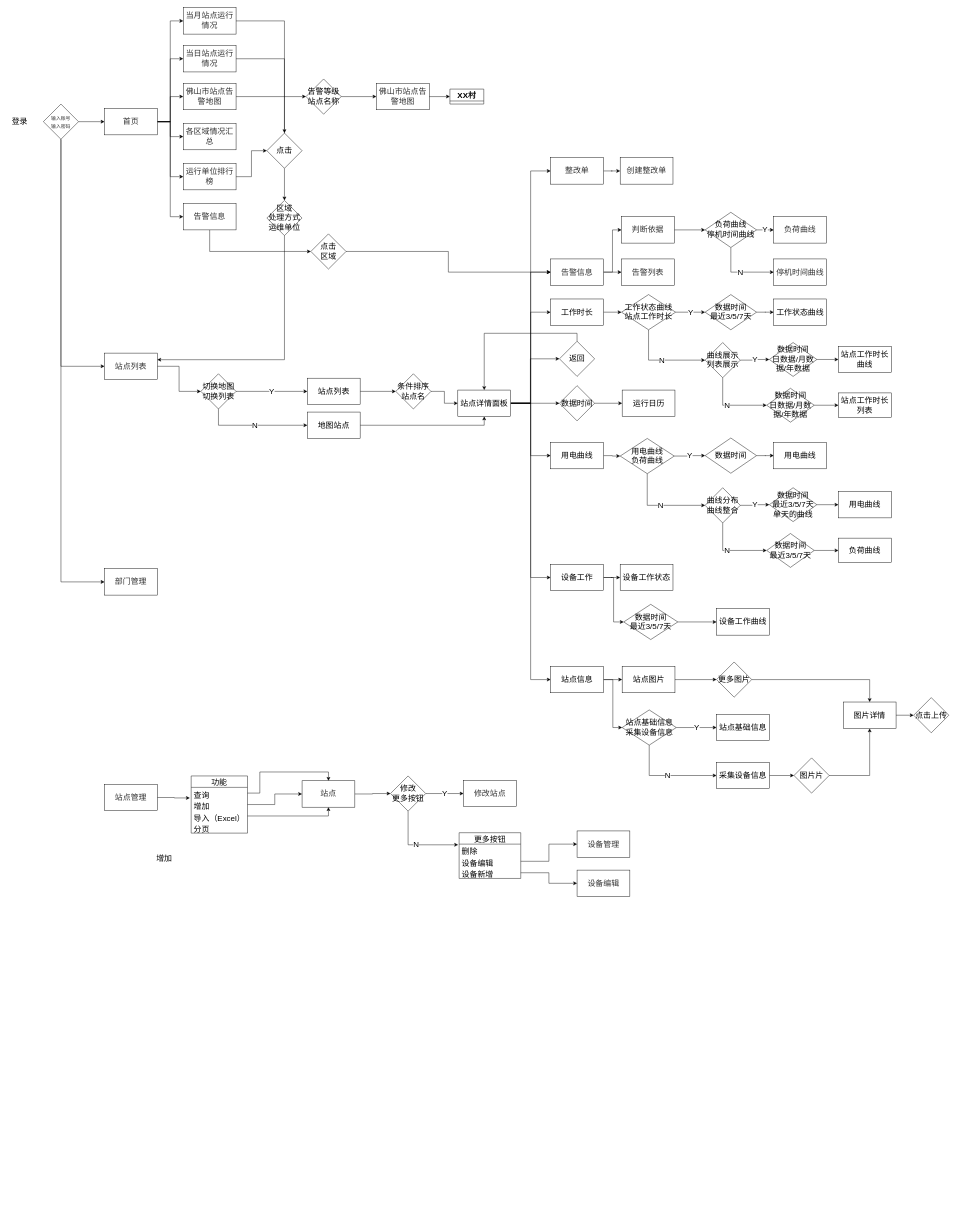
Above: 未命名绘图.drawio in Lihua-neko/QASystemOnMedicalKG (draw.io), before the change. Source tidied: cells renumbered, new cells numbered last; positions are measured from the earlier drawing's top-left corner, leaving out a move shared by most shapes. Both pictures are drawn from the tidied source at 44%, with x=0, y=0 at pixel (7, 7).
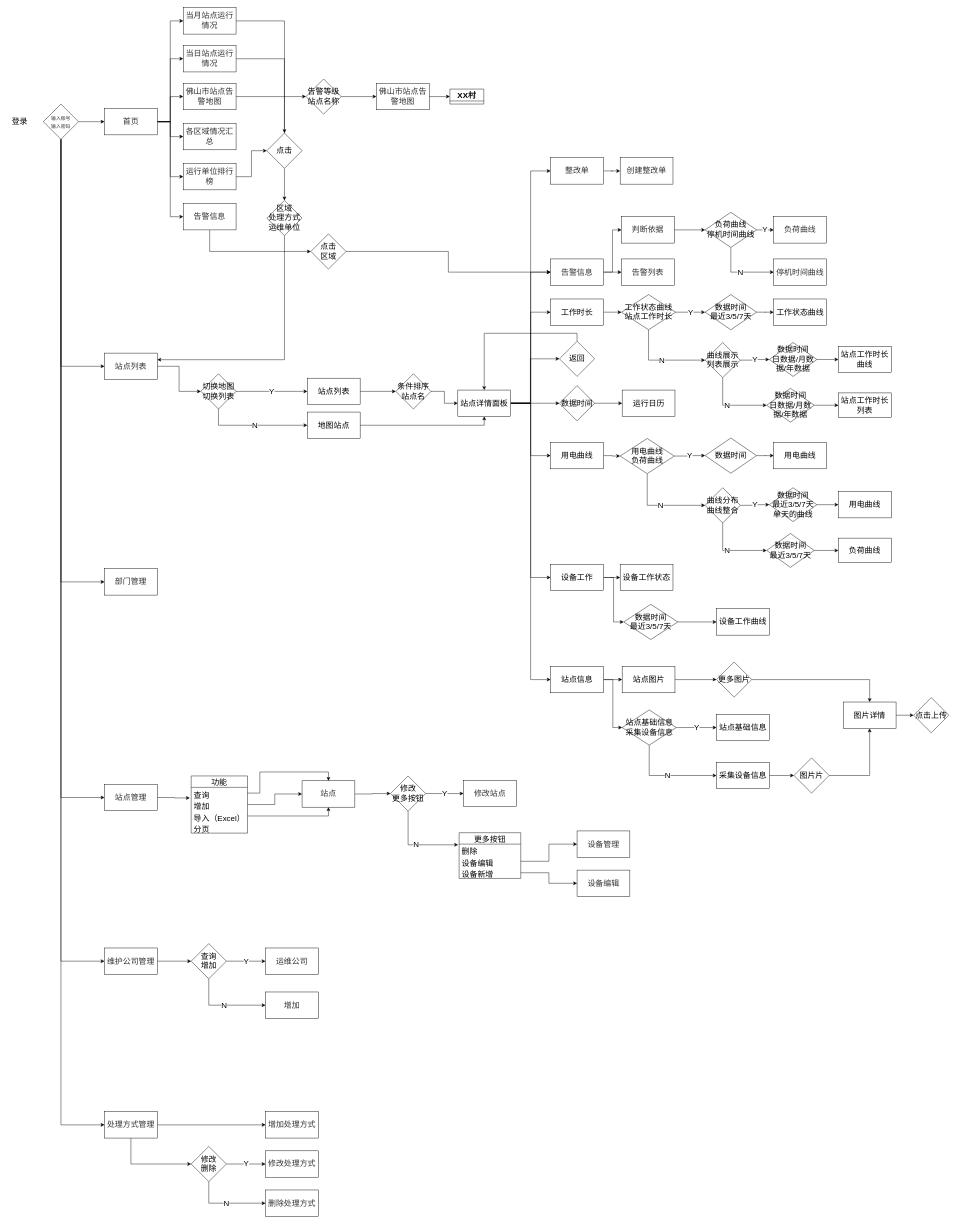
The same page after the edit.

Commit message:
更新未命名绘图.drawio

The change refers to these unchanged cells:
```xml
<mxCell id="13" value="&lt;font face=&quot;Arial&quot; color=&quot;#323232&quot;&gt;&lt;span style=&quot;font-size: 11px; background-color: rgba(255, 255, 255, 0.01);&quot;&gt;输入账号&lt;br&gt;输入密码&lt;br&gt;&lt;/span&gt;&lt;/font&gt;" style="rhombus;whiteSpace=wrap;html=1;fontSize=14;" parent="1" vertex="1">
  <mxGeometry x="81" y="219" width="80" height="80" as="geometry" />
</mxCell>
<mxCell id="138" value="&lt;span style=&quot;color: rgb(50, 50, 50); font-size: 18px; background-color: rgba(255, 255, 255, 0.01);&quot;&gt;站点管理&lt;/span&gt;" style="rounded=0;whiteSpace=wrap;html=1;fontSize=14;" parent="1" vertex="1">
  <mxGeometry x="220" y="1765" width="120" height="60" as="geometry" />
</mxCell>
```

Change to the diagram source:
```diff
@@
+    <mxCell id="162" style="edgeStyle=orthogonalEdgeStyle;rounded=0;jettySize=auto;html=1;entryX=0;entryY=0.5;entryDx=0;entryDy=0;fontFamily=Helvetica;fontSize=18;" parent="1" edge="1" source="13" target="138">
+      <mxGeometry relative="1" as="geometry">
+        <Array as="points">
+          <mxPoint x="121" y="1795" />
+        </Array>
+      </mxGeometry>
+    </mxCell>
+    <mxCell id="163" style="edgeStyle=orthogonalEdgeStyle;rounded=0;jettySize=auto;html=1;entryX=0;entryY=0.5;entryDx=0;entryDy=0;fontFamily=Helvetica;fontSize=18;" parent="1" edge="1" source="13" target="166">
+      <mxGeometry relative="1" as="geometry">
+        <Array as="points">
+          <mxPoint x="121" y="2167" />
+        </Array>
+      </mxGeometry>
+    </mxCell>
+    <mxCell id="164" style="edgeStyle=orthogonalEdgeStyle;rounded=0;jettySize=auto;html=1;entryX=0;entryY=0.5;entryDx=0;entryDy=0;fontFamily=Helvetica;fontSize=18;" parent="1" edge="1" source="13" target="173">
+      <mxGeometry relative="1" as="geometry">
+        <Array as="points">
+          <mxPoint x="121" y="2539" />
+        </Array>
+      </mxGeometry>
+    </mxCell>
@@
-    <mxCell id="144" value="增加" style="text;strokeColor=none;fillColor=none;align=left;verticalAlign=top;spacingLeft=4;spacingRight=4;overflow=hidden;points=[[0,0.5],[1,0.5]];portConstraint=eastwest;fontFamily=Helvetica;fontSize=18;" parent="1" vertex="1">
-      <mxGeometry x="332" y="1915" width="140" height="26" as="geometry" />
-    </mxCell>
@@
+    <mxCell id="165" style="edgeStyle=orthogonalEdgeStyle;rounded=0;jettySize=auto;html=1;entryX=0;entryY=0.5;entryDx=0;entryDy=0;fontFamily=Helvetica;fontSize=18;" parent="1" edge="1" source="166" target="169">
+      <mxGeometry relative="1" as="geometry" />
+    </mxCell>
+    <mxCell id="166" value="&lt;span style=&quot;color: rgb(50, 50, 50); font-size: 18px; background-color: rgba(255, 255, 255, 0.01);&quot;&gt;维护公司管理&lt;/span&gt;" style="rounded=0;whiteSpace=wrap;html=1;fontSize=14;" parent="1" vertex="1">
+      <mxGeometry x="220" y="2137" width="120" height="60" as="geometry" />
+    </mxCell>
+    <mxCell id="167" value="Y" style="edgeStyle=orthogonalEdgeStyle;rounded=0;jettySize=auto;html=1;entryX=0;entryY=0.5;entryDx=0;entryDy=0;fontFamily=Helvetica;fontSize=18;" parent="1" edge="1" source="169" target="170">
+      <mxGeometry relative="1" as="geometry" />
+    </mxCell>
+    <mxCell id="168" value="N" style="edgeStyle=orthogonalEdgeStyle;rounded=0;jettySize=auto;html=1;entryX=0;entryY=0.5;entryDx=0;entryDy=0;fontFamily=Helvetica;fontSize=18;" parent="1" edge="1" source="169" target="144">
+      <mxGeometry relative="1" as="geometry">
+        <Array as="points">
+          <mxPoint x="457" y="2267" />
+        </Array>
+      </mxGeometry>
+    </mxCell>
+    <mxCell id="169" value="查询&lt;br&gt;增加" style="rhombus;whiteSpace=wrap;html=1;fontFamily=Helvetica;fontSize=18;" parent="1" vertex="1">
+      <mxGeometry x="417" y="2127" width="80" height="80" as="geometry" />
+    </mxCell>
+    <mxCell id="170" value="&lt;font color=&quot;#323232&quot;&gt;&lt;span style=&quot;font-size: 18px; background-color: rgba(255, 255, 255, 0.01);&quot;&gt;运维公司&lt;/span&gt;&lt;/font&gt;" style="rounded=0;whiteSpace=wrap;html=1;fontSize=14;" parent="1" vertex="1">
+      <mxGeometry x="586" y="2137" width="120" height="60" as="geometry" />
+    </mxCell>
+    <mxCell id="144" value="&lt;font color=&quot;#323232&quot;&gt;&lt;span style=&quot;font-size: 18px; background-color: rgba(255, 255, 255, 0.01);&quot;&gt;增加&lt;/span&gt;&lt;/font&gt;" style="rounded=0;whiteSpace=wrap;html=1;fontSize=14;" parent="1" vertex="1">
+      <mxGeometry x="586" y="2237" width="120" height="60" as="geometry" />
+    </mxCell>
+    <mxCell id="171" style="edgeStyle=orthogonalEdgeStyle;rounded=0;jettySize=auto;html=1;fontFamily=Helvetica;fontSize=18;" parent="1" edge="1" source="173" target="174">
+      <mxGeometry relative="1" as="geometry" />
+    </mxCell>
+    <mxCell id="172" style="edgeStyle=orthogonalEdgeStyle;rounded=0;jettySize=auto;html=1;entryX=0;entryY=0.5;entryDx=0;entryDy=0;fontFamily=Helvetica;fontSize=18;exitX=0.5;exitY=1;exitDx=0;exitDy=0;" parent="1" edge="1" source="173" target="177">
+      <mxGeometry relative="1" as="geometry">
+        <Array as="points">
+          <mxPoint x="280" y="2628" />
+        </Array>
+      </mxGeometry>
+    </mxCell>
+    <mxCell id="173" value="&lt;font color=&quot;#323232&quot;&gt;&lt;span style=&quot;font-size: 18px; background-color: rgba(255, 255, 255, 0.01);&quot;&gt;处理方式管理&lt;/span&gt;&lt;/font&gt;" style="rounded=0;whiteSpace=wrap;html=1;fontSize=14;" parent="1" vertex="1">
+      <mxGeometry x="220" y="2509" width="120" height="60" as="geometry" />
+    </mxCell>
+    <mxCell id="174" value="&lt;font color=&quot;#323232&quot;&gt;&lt;span style=&quot;font-size: 18px; background-color: rgba(255, 255, 255, 0.01);&quot;&gt;增加处理方式&lt;/span&gt;&lt;/font&gt;" style="rounded=0;whiteSpace=wrap;html=1;fontSize=14;" parent="1" vertex="1">
+      <mxGeometry x="586" y="2509" width="120" height="60" as="geometry" />
+    </mxCell>
+    <mxCell id="175" value="Y" style="edgeStyle=orthogonalEdgeStyle;rounded=0;jettySize=auto;html=1;fontFamily=Helvetica;fontSize=18;" parent="1" edge="1" source="177" target="178">
+      <mxGeometry relative="1" as="geometry" />
+    </mxCell>
+    <mxCell id="176" value="N" style="edgeStyle=orthogonalEdgeStyle;rounded=0;jettySize=auto;html=1;entryX=0;entryY=0.5;entryDx=0;entryDy=0;fontFamily=Helvetica;fontSize=18;" parent="1" edge="1" source="177" target="179">
+      <mxGeometry relative="1" as="geometry">
+        <Array as="points">
+          <mxPoint x="457" y="2618" />
+        </Array>
+      </mxGeometry>
+    </mxCell>
+    <mxCell id="177" value="修改&lt;br&gt;删除" style="rhombus;whiteSpace=wrap;html=1;fontFamily=Helvetica;fontSize=18;" parent="1" vertex="1">
+      <mxGeometry x="417" y="2588" width="80" height="80" as="geometry" />
+    </mxCell>
+    <mxCell id="178" value="&lt;font color=&quot;#323232&quot;&gt;&lt;span style=&quot;font-size: 18px; background-color: rgba(255, 255, 255, 0.01);&quot;&gt;修改处理方式&lt;/span&gt;&lt;/font&gt;" style="rounded=0;whiteSpace=wrap;html=1;fontSize=14;" parent="1" vertex="1">
+      <mxGeometry x="586" y="2598" width="120" height="60" as="geometry" />
+    </mxCell>
+    <mxCell id="179" value="&lt;font color=&quot;#323232&quot;&gt;&lt;span style=&quot;font-size: 18px; background-color: rgba(255, 255, 255, 0.01);&quot;&gt;删除处理方式&lt;/span&gt;&lt;/font&gt;" style="rounded=0;whiteSpace=wrap;html=1;fontSize=14;" parent="1" vertex="1">
+      <mxGeometry x="586" y="2687" width="120" height="60" as="geometry" />
+    </mxCell>
```
